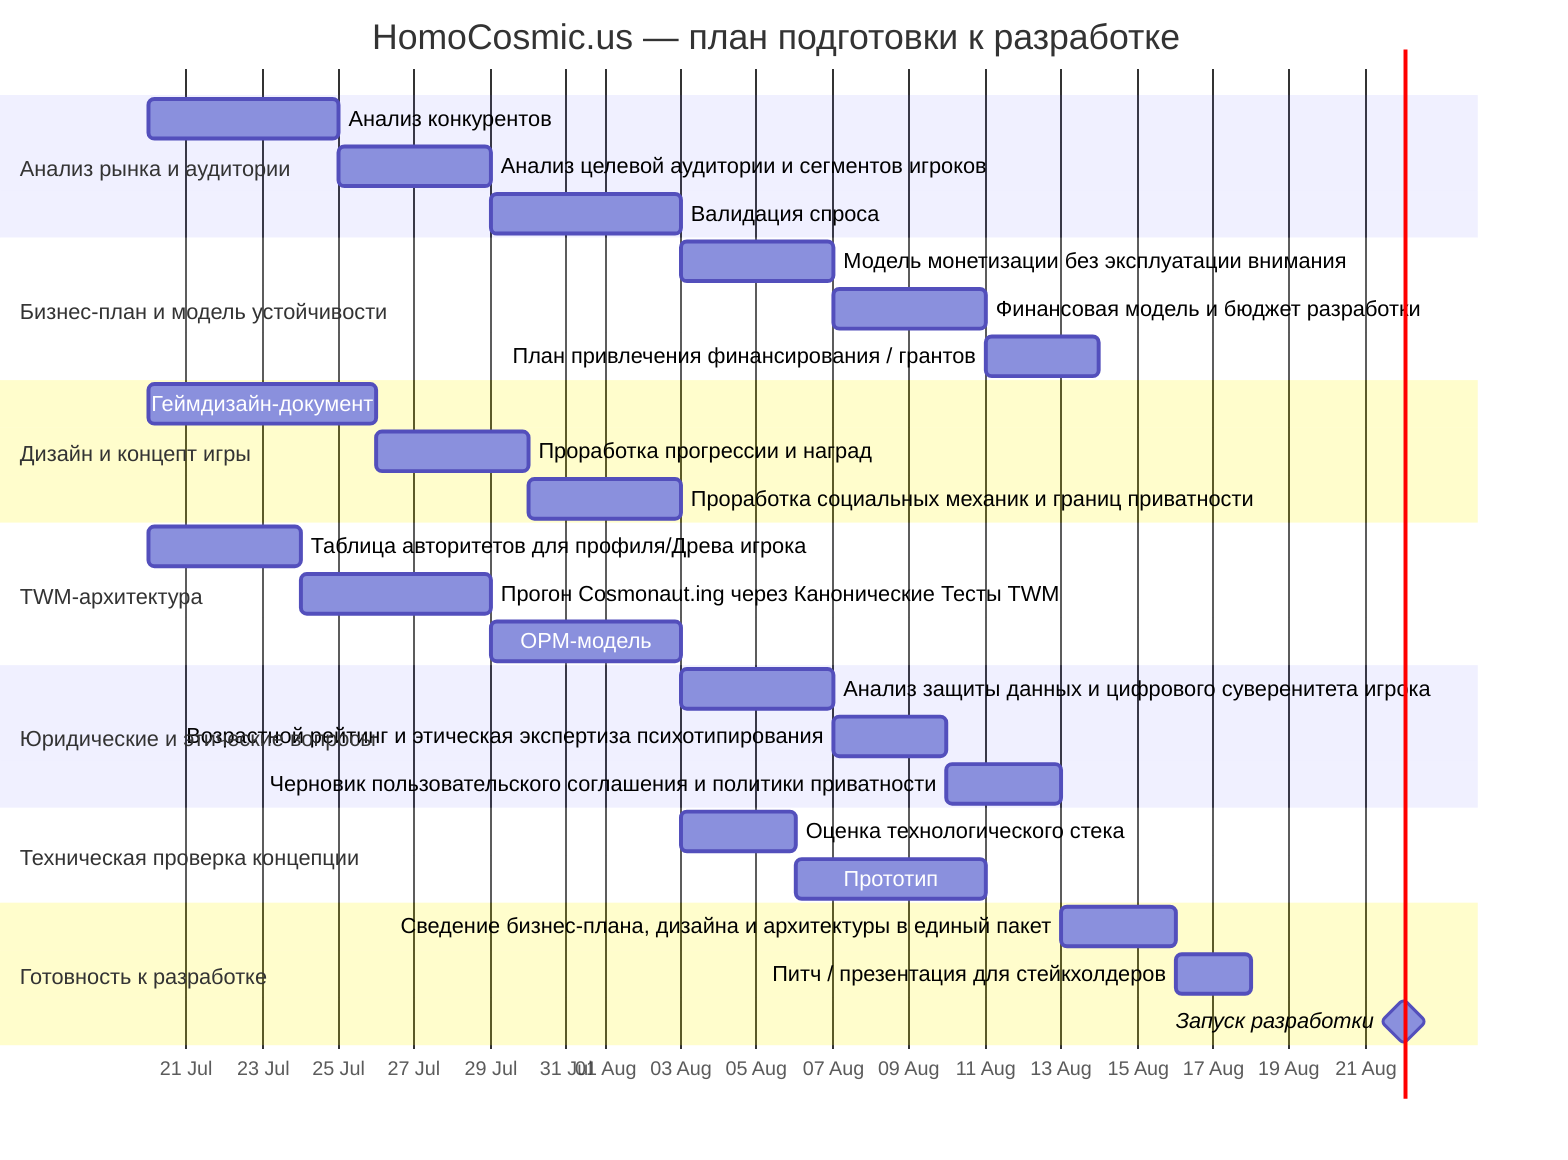
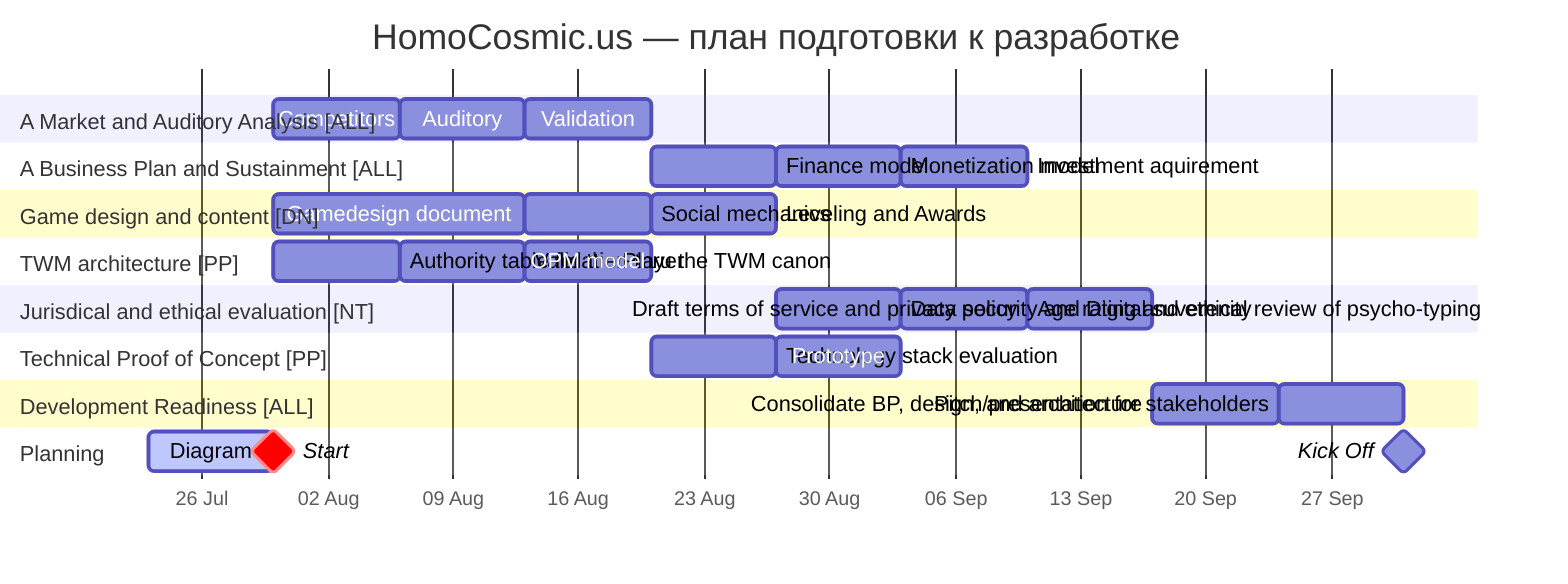
+ ---
+ displayMode: compact
+ ---
gantt
    title HomoCosmic.us — план подготовки к разработке
    dateFormat  YYYY-MM-DD
    axisFormat  %d %b
-     todayMarker on
+     todayMarker off

-     section Анализ рынка и аудитории
-     Анализ конкурентов                                                  :a1, 2026-07-20, 5d
-     Анализ целевой аудитории и сегментов игроков                        :a2, after a1, 4d
-     Валидация спроса                                                    :a3, after a2, 5d
+     section A Market and Auditory Analysis [ALL]
+     Competitors                                                         :a1, after z1, 1w
+     Auditory                                                            :a2, after a1, 1w
+     Validation                                                          :a3, after a2, 1w

-     section Бизнес-план и модель устойчивости
-     Модель монетизации без эксплуатации внимания                        :b1, after a3, 4d
-     Финансовая модель и бюджет разработки                               :b2, after b1, 4d
-     План привлечения финансирования / грантов                           :b3, after b2, 3d
+     section A Business Plan and Sustainment [ALL]
+     Finance model                                                       :b1, after a3, 1w
+     Monetization model                                                  :b2, after b1, 1w
+     Investment aquirement                                               :b3, after b2, 1w

-     section Дизайн и концепт игры
-     Геймдизайн-документ                                                 :c1, 2026-07-20, 6d
-     Проработка прогрессии и наград                                      :c2, after c1, 4d
-     Проработка социальных механик и границ приватности                  :c3, after c2, 4d
+     section Game design and content [DN]
+     Gamedesign document                                                 :c1, after z1, 2w
+     Social mechanics                                                    :c2, after c1, 1w
+     Leveling and Awards                                                 :c3, after c2, 1w

-     section TWM-архитектура
-     Таблица авторитетов для профиля/Древа игрока                        :d1, 2026-07-20, 4d
-     Прогон Cosmonaut.ing через Канонические Тесты TWM                   :d2, after d1, 5d
-     OPM-модель                                                          :d3, after d2, 5d
+     section TWM architecture [PP]
+     Authority table for the Player                                      :d1, after z1, 1w
+     Validation thru the TWM canon                                       :d2, after d1, 1w
+     OPM model                                                           :d3, after d2, 1w

-     section Юридические и этические вопросы
-     Анализ защиты данных и цифрового суверенитета игрока                :e1, after c3, 4d
-     Возрастной рейтинг и этическая экспертиза психотипирования          :e2, after e1, 3d
-     Черновик пользовательского соглашения и политики приватности        :e3, after e2, 3d
+     section Jurisdical and ethical evaluation [NT]
+     Data security and Digital suverenity                                 :e1, after c3, 1w
+     Age rating and ethical review of psycho-typing                      :e2, after e1, 1w
+     Draft terms of service and privacy policy                           :e3, after e2, 1w

-     section Техническая проверка концепции
-     Оценка технологического стека                                       :f1, after d3, 3d
-     Прототип: рождение Врат и первого Древа                             :f2, after f1, 5d
+     section Technical Proof of Concept [PP]
+     Technology stack evaluation                                         :f1, after d3, 1w
+     Prototype: Gate and first Tree birth flow                           :f2, after f1, 1w

-     section Готовность к разработке
-     Сведение бизнес-плана, дизайна и архитектуры в единый пакет         :g1, after e3, 3d
-     Питч / презентация для стейкхолдеров                                :g2, after g1, 2d
-     Запуск разработки                                                   :milestone, after f2, 0d
+     section Development Readiness [ALL]
+     Consolidate BP, design, and architecture                            :g1, after e3, 1w
+     Pitch/presentation for stakeholders                                 :g2, after g1, 1w

+     section Planning
+     Diagram                                                             :active, z1, 2026-07-23, 1w
+     Start                                                               :crit, milestone, after z1
+     Kick Off                                                            :milestone, after g2, 0d
+ 
